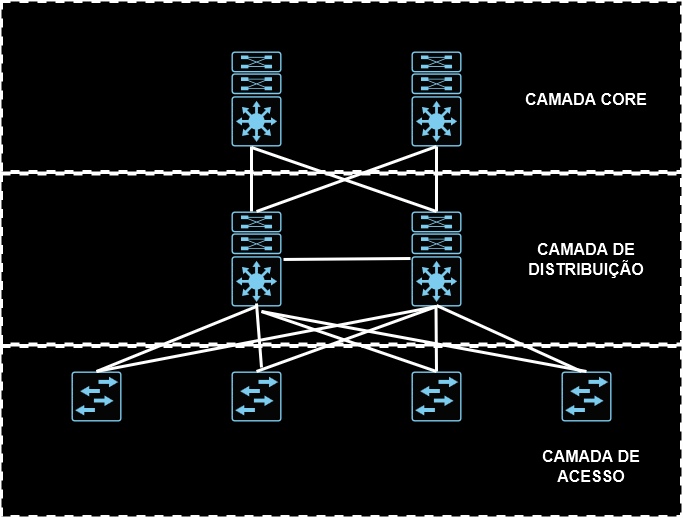
Above: CCNP 350-401 ENCOR/01 - Architecture/03 - Modelo Hierárquico/01 - Modelo Hierárquico em três Camadas/Imagens/design.png in alcancil/Cisco (draw.io), before the change. Source tidied: cells renumbered, new cells last; positions are measured from the earlier drawing's top-left corner, leaving out a move shared by most shapes. Its diagram source:
```xml
<mxGraphModel>
  <root>
    <mxCell id="0" />
    <mxCell id="1" parent="0" />
    <mxCell id="2" style="rounded=0;whiteSpace=wrap;html=1;dashed=1;strokeWidth=3;" parent="1" vertex="1">
      <mxGeometry y="345" width="680" height="170" as="geometry" />
    </mxCell>
    <mxCell id="3" style="rounded=0;whiteSpace=wrap;html=1;dashed=1;strokeWidth=3;" parent="1" vertex="1">
      <mxGeometry y="172.5" width="680" height="170" as="geometry" />
    </mxCell>
    <mxCell id="4" style="rounded=0;whiteSpace=wrap;html=1;dashed=1;strokeWidth=3;" parent="1" vertex="1">
      <mxGeometry width="680" height="170" as="geometry" />
    </mxCell>
    <mxCell id="5" style="sketch=0;points=[[0.015,0.015,0],[0.985,0.015,0],[0.985,0.985,0],[0.015,0.985,0],[0.25,0,0],[0.5,0,0],[0.75,0,0],[1,0.25,0],[1,0.5,0],[1,0.75,0],[0.75,1,0],[0.5,1,0],[0.25,1,0],[0,0.75,0],[0,0.5,0],[0,0.25,0]];verticalLabelPosition=bottom;html=1;verticalAlign=top;align=center;shape=mxgraph.cisco19.rect;prIcon=l3_switch_with_dual_supervisor;fillColor=#FAFAFA;strokeColor=#005073;" parent="1" vertex="1">
      <mxGeometry x="410" y="50" width="50" height="95" as="geometry" />
    </mxCell>
    <mxCell id="6" style="sketch=0;verticalLabelPosition=bottom;html=1;verticalAlign=top;align=center;shape=mxgraph.cisco19.rect;prIcon=l3_switch_with_dual_supervisor;fillColor=#FAFAFA;strokeColor=#005073;" parent="1" vertex="1">
      <mxGeometry x="230" y="50" width="50" height="95" as="geometry" />
    </mxCell>
    <mxCell id="7" style="sketch=0;points=[[0.015,0.015,0],[0.985,0.015,0],[0.985,0.985,0],[0.015,0.985,0],[0.25,0,0],[0.5,0,0],[0.75,0,0],[1,0.25,0],[1,0.5,0],[1,0.75,0],[0.75,1,0],[0.5,1,0],[0.25,1,0],[0,0.75,0],[0,0.5,0],[0,0.25,0]];verticalLabelPosition=bottom;html=1;verticalAlign=top;align=center;shape=mxgraph.cisco19.rect;prIcon=l3_switch_with_dual_supervisor;fillColor=#FAFAFA;strokeColor=#005073;" parent="1" vertex="1">
      <mxGeometry x="410" y="210" width="50" height="95" as="geometry" />
    </mxCell>
    <mxCell id="8" style="sketch=0;points=[[0.015,0.015,0],[0.985,0.015,0],[0.985,0.985,0],[0.015,0.985,0],[0.25,0,0],[0.5,0,0],[0.75,0,0],[1,0.25,0],[1,0.5,0],[1,0.75,0],[0.75,1,0],[0.5,1,0],[0.25,1,0],[0,0.75,0],[0,0.5,0],[0,0.25,0]];verticalLabelPosition=bottom;html=1;verticalAlign=top;align=center;shape=mxgraph.cisco19.rect;prIcon=l3_switch_with_dual_supervisor;fillColor=#FAFAFA;strokeColor=#005073;" parent="1" vertex="1">
      <mxGeometry x="230" y="210" width="50" height="95" as="geometry" />
    </mxCell>
    <mxCell id="9" style="sketch=0;points=[[0.015,0.015,0],[0.985,0.015,0],[0.985,0.985,0],[0.015,0.985,0],[0.25,0,0],[0.5,0,0],[0.75,0,0],[1,0.25,0],[1,0.5,0],[1,0.75,0],[0.75,1,0],[0.5,1,0],[0.25,1,0],[0,0.75,0],[0,0.5,0],[0,0.25,0]];verticalLabelPosition=bottom;html=1;verticalAlign=top;align=center;shape=mxgraph.cisco19.rect;prIcon=l2_switch;fillColor=#FAFAFA;strokeColor=#005073;" parent="1" vertex="1">
      <mxGeometry x="70" y="370" width="50" height="50" as="geometry" />
    </mxCell>
    <mxCell id="10" style="sketch=0;points=[[0.015,0.015,0],[0.985,0.015,0],[0.985,0.985,0],[0.015,0.985,0],[0.25,0,0],[0.5,0,0],[0.75,0,0],[1,0.25,0],[1,0.5,0],[1,0.75,0],[0.75,1,0],[0.5,1,0],[0.25,1,0],[0,0.75,0],[0,0.5,0],[0,0.25,0]];verticalLabelPosition=bottom;html=1;verticalAlign=top;align=center;shape=mxgraph.cisco19.rect;prIcon=l2_switch;fillColor=#FAFAFA;strokeColor=#005073;" parent="1" vertex="1">
      <mxGeometry x="230" y="370" width="50" height="50" as="geometry" />
    </mxCell>
    <mxCell id="11" style="sketch=0;points=[[0.015,0.015,0],[0.985,0.015,0],[0.985,0.985,0],[0.015,0.985,0],[0.25,0,0],[0.5,0,0],[0.75,0,0],[1,0.25,0],[1,0.5,0],[1,0.75,0],[0.75,1,0],[0.5,1,0],[0.25,1,0],[0,0.75,0],[0,0.5,0],[0,0.25,0]];verticalLabelPosition=bottom;html=1;verticalAlign=top;align=center;shape=mxgraph.cisco19.rect;prIcon=l2_switch;fillColor=#FAFAFA;strokeColor=#005073;" parent="1" vertex="1">
      <mxGeometry x="410" y="370" width="50" height="50" as="geometry" />
    </mxCell>
    <mxCell id="12" style="sketch=0;points=[[0.015,0.015,0],[0.985,0.015,0],[0.985,0.985,0],[0.015,0.985,0],[0.25,0,0],[0.5,0,0],[0.75,0,0],[1,0.25,0],[1,0.5,0],[1,0.75,0],[0.75,1,0],[0.5,1,0],[0.25,1,0],[0,0.75,0],[0,0.5,0],[0,0.25,0]];verticalLabelPosition=bottom;html=1;verticalAlign=top;align=center;shape=mxgraph.cisco19.rect;prIcon=l2_switch;fillColor=#FAFAFA;strokeColor=#005073;" parent="1" vertex="1">
      <mxGeometry x="560" y="370" width="50" height="50" as="geometry" />
    </mxCell>
    <mxCell id="13" style="endArrow=none;html=1;rounded=0;strokeWidth=3;entryX=-0.06;entryY=0.411;entryDx=0;entryDy=0;entryPerimeter=0;" parent="1" edge="1">
      <mxGeometry relative="1" as="geometry">
        <mxPoint x="282" y="258" as="sourcePoint" />
        <mxPoint x="409" y="257" as="targetPoint" />
      </mxGeometry>
    </mxCell>
    <mxCell id="14" style="endArrow=none;html=1;rounded=0;strokeWidth=3;entryX=0.5;entryY=0;entryDx=0;entryDy=0;entryPerimeter=0;" parent="1" edge="1" target="7">
      <mxGeometry relative="1" as="geometry">
        <mxPoint x="250" y="146" as="sourcePoint" />
      </mxGeometry>
    </mxCell>
    <mxCell id="15" style="endArrow=none;html=1;rounded=0;strokeWidth=3;entryX=0.5;entryY=0;entryDx=0;entryDy=0;entryPerimeter=0;exitX=0.5;exitY=1;exitDx=0;exitDy=0;exitPerimeter=0;" parent="1" edge="1" source="5" target="7">
      <mxGeometry relative="1" as="geometry" />
    </mxCell>
    <mxCell id="16" style="endArrow=none;html=1;rounded=0;strokeWidth=3;entryX=0.5;entryY=0;entryDx=0;entryDy=0;entryPerimeter=0;exitX=0.5;exitY=1;exitDx=0;exitDy=0;exitPerimeter=0;" parent="1" edge="1">
      <mxGeometry relative="1" as="geometry">
        <mxPoint x="250" y="145" as="sourcePoint" />
        <mxPoint x="250" y="210" as="targetPoint" />
      </mxGeometry>
    </mxCell>
    <mxCell id="17" style="endArrow=none;html=1;rounded=0;strokeWidth=3;entryX=0.5;entryY=0;entryDx=0;entryDy=0;entryPerimeter=0;exitX=0.5;exitY=1;exitDx=0;exitDy=0;exitPerimeter=0;" parent="1" edge="1" source="5" target="8">
      <mxGeometry relative="1" as="geometry" />
    </mxCell>
    <mxCell id="18" style="endArrow=none;html=1;rounded=0;strokeWidth=3;exitX=0.5;exitY=1;exitDx=0;exitDy=0;exitPerimeter=0;entryX=0.5;entryY=0;entryDx=0;entryDy=0;entryPerimeter=0;" parent="1" edge="1" source="8" target="9">
      <mxGeometry relative="1" as="geometry" />
    </mxCell>
    <mxCell id="19" style="endArrow=none;html=1;rounded=0;strokeWidth=3;exitX=0.5;exitY=1;exitDx=0;exitDy=0;exitPerimeter=0;entryX=0.5;entryY=0;entryDx=0;entryDy=0;entryPerimeter=0;" parent="1" edge="1" source="7" target="9">
      <mxGeometry relative="1" as="geometry" />
    </mxCell>
    <mxCell id="20" style="endArrow=none;html=1;rounded=0;strokeWidth=3;entryX=0.5;entryY=0;entryDx=0;entryDy=0;entryPerimeter=0;exitX=0.5;exitY=1;exitDx=0;exitDy=0;exitPerimeter=0;" parent="1" edge="1" source="7" target="10">
      <mxGeometry relative="1" as="geometry" />
    </mxCell>
    <mxCell id="21" style="endArrow=none;html=1;rounded=0;strokeWidth=3;entryX=0.6;entryY=-0.12;entryDx=0;entryDy=0;entryPerimeter=0;exitX=0.5;exitY=0.947;exitDx=0;exitDy=0;exitPerimeter=0;" parent="1" edge="1">
      <mxGeometry relative="1" as="geometry">
        <mxPoint x="255" y="302" as="sourcePoint" />
        <mxPoint x="260" y="366" as="targetPoint" />
      </mxGeometry>
    </mxCell>
    <mxCell id="22" style="endArrow=none;html=1;rounded=0;strokeWidth=3;exitX=0.5;exitY=0.947;exitDx=0;exitDy=0;exitPerimeter=0;entryX=0.5;entryY=0;entryDx=0;entryDy=0;entryPerimeter=0;" parent="1" edge="1" target="11">
      <mxGeometry relative="1" as="geometry">
        <mxPoint x="434.5" y="305" as="sourcePoint" />
      </mxGeometry>
    </mxCell>
    <mxCell id="23" style="endArrow=none;html=1;rounded=0;strokeWidth=3;exitX=0.6;exitY=0.947;exitDx=0;exitDy=0;exitPerimeter=0;" parent="1" edge="1">
      <mxGeometry relative="1" as="geometry">
        <mxPoint x="435" y="304" as="sourcePoint" />
        <mxPoint x="580" y="370" as="targetPoint" />
      </mxGeometry>
    </mxCell>
    <mxCell id="24" style="endArrow=none;html=1;rounded=0;strokeWidth=3;entryX=0.5;entryY=0;entryDx=0;entryDy=0;entryPerimeter=0;" parent="1" edge="1" target="12">
      <mxGeometry relative="1" as="geometry">
        <mxPoint x="260" y="310" as="sourcePoint" />
      </mxGeometry>
    </mxCell>
    <mxCell id="25" style="endArrow=none;html=1;rounded=0;strokeWidth=3;entryX=0.5;entryY=0;entryDx=0;entryDy=0;entryPerimeter=0;" parent="1" edge="1" target="11">
      <mxGeometry relative="1" as="geometry">
        <mxPoint x="260" y="310" as="sourcePoint" />
      </mxGeometry>
    </mxCell>
    <mxCell id="26" value="CAMADA CORE" style="text;html=1;strokeColor=none;fillColor=none;align=center;verticalAlign=middle;whiteSpace=wrap;rounded=0;fontSize=16;fontStyle=1;" parent="1" vertex="1">
      <mxGeometry x="500" y="82.5" width="170" height="30" as="geometry" />
    </mxCell>
    <mxCell id="27" value="CAMADA DE DISTRIBUIÇÃO" style="text;html=1;strokeColor=none;fillColor=none;align=center;verticalAlign=middle;whiteSpace=wrap;rounded=0;fontSize=16;fontStyle=1;" parent="1" vertex="1">
      <mxGeometry x="490" y="242.5" width="190" height="30" as="geometry" />
    </mxCell>
    <mxCell id="28" value="CAMADA DE ACESSO" style="text;html=1;strokeColor=none;fillColor=none;align=center;verticalAlign=middle;whiteSpace=wrap;rounded=0;fontSize=16;fontStyle=1;" parent="1" vertex="1">
      <mxGeometry x="510" y="450" width="160" height="30" as="geometry" />
    </mxCell>
  </root>
</mxGraphModel>
```
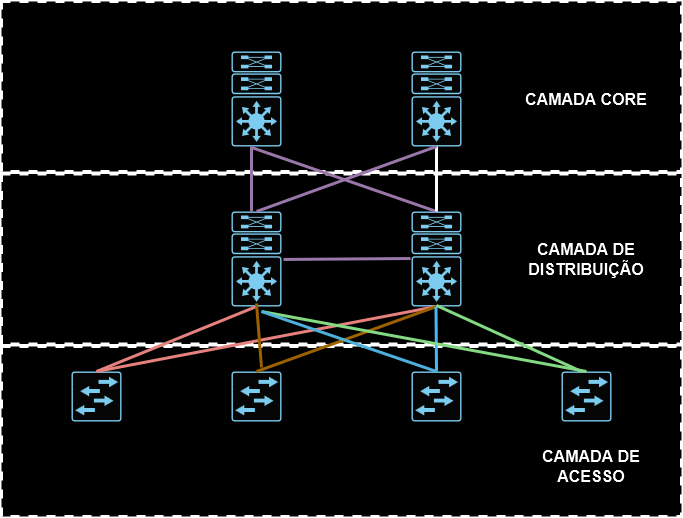
The same diagram one commit later.

Commit message:
Adicionado a pasta 03 - Modelo Hierarquico em 01 - Architecture

Diff of the diagram source:
```diff
@@ -35,13 +35,13 @@
     <mxCell id="12" style="sketch=0;points=[[0.015,0.015,0],[0.985,0.015,0],[0.985,0.985,0],[0.015,0.985,0],[0.25,0,0],[0.5,0,0],[0.75,0,0],[1,0.25,0],[1,0.5,0],[1,0.75,0],[0.75,1,0],[0.5,1,0],[0.25,1,0],[0,0.75,0],[0,0.5,0],[0,0.25,0]];verticalLabelPosition=bottom;html=1;verticalAlign=top;align=center;shape=mxgraph.cisco19.rect;prIcon=l2_switch;fillColor=#FAFAFA;strokeColor=#005073;" parent="1" vertex="1">
       <mxGeometry x="560" y="370" width="50" height="50" as="geometry" />
     </mxCell>
-    <mxCell id="13" style="endArrow=none;html=1;rounded=0;strokeWidth=3;entryX=-0.06;entryY=0.411;entryDx=0;entryDy=0;entryPerimeter=0;" parent="1" edge="1">
+    <mxCell id="13" style="endArrow=none;html=1;rounded=0;strokeWidth=3;entryX=-0.06;entryY=0.411;entryDx=0;entryDy=0;entryPerimeter=0;fillColor=#e1d5e7;strokeColor=#9673a6;" parent="1" edge="1">
       <mxGeometry relative="1" as="geometry">
         <mxPoint x="282" y="258" as="sourcePoint" />
         <mxPoint x="409" y="257" as="targetPoint" />
       </mxGeometry>
     </mxCell>
-    <mxCell id="14" style="endArrow=none;html=1;rounded=0;strokeWidth=3;entryX=0.5;entryY=0;entryDx=0;entryDy=0;entryPerimeter=0;" parent="1" edge="1" target="7">
+    <mxCell id="14" style="endArrow=none;html=1;rounded=0;strokeWidth=3;entryX=0.5;entryY=0;entryDx=0;entryDy=0;entryPerimeter=0;fillColor=#e1d5e7;strokeColor=#9673a6;" parent="1" edge="1" target="7">
       <mxGeometry relative="1" as="geometry">
         <mxPoint x="250" y="146" as="sourcePoint" />
       </mxGeometry>
@@ -49,47 +49,47 @@
     <mxCell id="15" style="endArrow=none;html=1;rounded=0;strokeWidth=3;entryX=0.5;entryY=0;entryDx=0;entryDy=0;entryPerimeter=0;exitX=0.5;exitY=1;exitDx=0;exitDy=0;exitPerimeter=0;" parent="1" edge="1" source="5" target="7">
       <mxGeometry relative="1" as="geometry" />
     </mxCell>
-    <mxCell id="16" style="endArrow=none;html=1;rounded=0;strokeWidth=3;entryX=0.5;entryY=0;entryDx=0;entryDy=0;entryPerimeter=0;exitX=0.5;exitY=1;exitDx=0;exitDy=0;exitPerimeter=0;" parent="1" edge="1">
+    <mxCell id="16" style="endArrow=none;html=1;rounded=0;strokeWidth=3;entryX=0.5;entryY=0;entryDx=0;entryDy=0;entryPerimeter=0;exitX=0.5;exitY=1;exitDx=0;exitDy=0;exitPerimeter=0;fillColor=#e1d5e7;strokeColor=#9673a6;" parent="1" edge="1">
       <mxGeometry relative="1" as="geometry">
         <mxPoint x="250" y="145" as="sourcePoint" />
         <mxPoint x="250" y="210" as="targetPoint" />
       </mxGeometry>
     </mxCell>
-    <mxCell id="17" style="endArrow=none;html=1;rounded=0;strokeWidth=3;entryX=0.5;entryY=0;entryDx=0;entryDy=0;entryPerimeter=0;exitX=0.5;exitY=1;exitDx=0;exitDy=0;exitPerimeter=0;" parent="1" edge="1" source="5" target="8">
+    <mxCell id="17" style="endArrow=none;html=1;rounded=0;strokeWidth=3;entryX=0.5;entryY=0;entryDx=0;entryDy=0;entryPerimeter=0;exitX=0.5;exitY=1;exitDx=0;exitDy=0;exitPerimeter=0;fillColor=#e1d5e7;strokeColor=#9673a6;" parent="1" edge="1" source="5" target="8">
       <mxGeometry relative="1" as="geometry" />
     </mxCell>
-    <mxCell id="18" style="endArrow=none;html=1;rounded=0;strokeWidth=3;exitX=0.5;exitY=1;exitDx=0;exitDy=0;exitPerimeter=0;entryX=0.5;entryY=0;entryDx=0;entryDy=0;entryPerimeter=0;" parent="1" edge="1" source="8" target="9">
+    <mxCell id="18" style="endArrow=none;html=1;rounded=0;strokeWidth=3;exitX=0.5;exitY=1;exitDx=0;exitDy=0;exitPerimeter=0;entryX=0.5;entryY=0;entryDx=0;entryDy=0;entryPerimeter=0;fillColor=#f8cecc;strokeColor=#b85450;" parent="1" edge="1" source="8" target="9">
       <mxGeometry relative="1" as="geometry" />
     </mxCell>
-    <mxCell id="19" style="endArrow=none;html=1;rounded=0;strokeWidth=3;exitX=0.5;exitY=1;exitDx=0;exitDy=0;exitPerimeter=0;entryX=0.5;entryY=0;entryDx=0;entryDy=0;entryPerimeter=0;" parent="1" edge="1" source="7" target="9">
+    <mxCell id="19" style="endArrow=none;html=1;rounded=0;strokeWidth=3;exitX=0.5;exitY=1;exitDx=0;exitDy=0;exitPerimeter=0;entryX=0.5;entryY=0;entryDx=0;entryDy=0;entryPerimeter=0;fillColor=#f8cecc;strokeColor=#b85450;" parent="1" edge="1" source="7" target="9">
       <mxGeometry relative="1" as="geometry" />
     </mxCell>
-    <mxCell id="20" style="endArrow=none;html=1;rounded=0;strokeWidth=3;entryX=0.5;entryY=0;entryDx=0;entryDy=0;entryPerimeter=0;exitX=0.5;exitY=1;exitDx=0;exitDy=0;exitPerimeter=0;" parent="1" edge="1" source="7" target="10">
+    <mxCell id="20" style="endArrow=none;html=1;rounded=0;strokeWidth=3;entryX=0.5;entryY=0;entryDx=0;entryDy=0;entryPerimeter=0;exitX=0.5;exitY=1;exitDx=0;exitDy=0;exitPerimeter=0;fillColor=#ffe6cc;strokeColor=#d79b00;" parent="1" edge="1" source="7" target="10">
       <mxGeometry relative="1" as="geometry" />
     </mxCell>
-    <mxCell id="21" style="endArrow=none;html=1;rounded=0;strokeWidth=3;entryX=0.6;entryY=-0.12;entryDx=0;entryDy=0;entryPerimeter=0;exitX=0.5;exitY=0.947;exitDx=0;exitDy=0;exitPerimeter=0;" parent="1" edge="1">
+    <mxCell id="21" style="endArrow=none;html=1;rounded=0;strokeWidth=3;entryX=0.6;entryY=-0.12;entryDx=0;entryDy=0;entryPerimeter=0;exitX=0.5;exitY=0.947;exitDx=0;exitDy=0;exitPerimeter=0;fillColor=#ffe6cc;strokeColor=#d79b00;" parent="1" edge="1">
       <mxGeometry relative="1" as="geometry">
         <mxPoint x="255" y="302" as="sourcePoint" />
         <mxPoint x="260" y="366" as="targetPoint" />
       </mxGeometry>
     </mxCell>
-    <mxCell id="22" style="endArrow=none;html=1;rounded=0;strokeWidth=3;exitX=0.5;exitY=0.947;exitDx=0;exitDy=0;exitPerimeter=0;entryX=0.5;entryY=0;entryDx=0;entryDy=0;entryPerimeter=0;" parent="1" edge="1" target="11">
+    <mxCell id="22" style="endArrow=none;html=1;rounded=0;strokeWidth=3;exitX=0.5;exitY=0.947;exitDx=0;exitDy=0;exitPerimeter=0;entryX=0.5;entryY=0;entryDx=0;entryDy=0;entryPerimeter=0;fillColor=#1ba1e2;strokeColor=#006EAF;" parent="1" edge="1" target="11">
       <mxGeometry relative="1" as="geometry">
         <mxPoint x="434.5" y="305" as="sourcePoint" />
       </mxGeometry>
     </mxCell>
-    <mxCell id="23" style="endArrow=none;html=1;rounded=0;strokeWidth=3;exitX=0.6;exitY=0.947;exitDx=0;exitDy=0;exitPerimeter=0;" parent="1" edge="1">
+    <mxCell id="23" style="endArrow=none;html=1;rounded=0;strokeWidth=3;exitX=0.6;exitY=0.947;exitDx=0;exitDy=0;exitPerimeter=0;fillColor=#008a00;strokeColor=#005700;" parent="1" edge="1">
       <mxGeometry relative="1" as="geometry">
         <mxPoint x="435" y="304" as="sourcePoint" />
         <mxPoint x="580" y="370" as="targetPoint" />
       </mxGeometry>
     </mxCell>
-    <mxCell id="24" style="endArrow=none;html=1;rounded=0;strokeWidth=3;entryX=0.5;entryY=0;entryDx=0;entryDy=0;entryPerimeter=0;" parent="1" edge="1" target="12">
+    <mxCell id="24" style="endArrow=none;html=1;rounded=0;strokeWidth=3;entryX=0.5;entryY=0;entryDx=0;entryDy=0;entryPerimeter=0;fillColor=#008a00;strokeColor=#005700;" parent="1" edge="1" target="12">
       <mxGeometry relative="1" as="geometry">
         <mxPoint x="260" y="310" as="sourcePoint" />
       </mxGeometry>
     </mxCell>
-    <mxCell id="25" style="endArrow=none;html=1;rounded=0;strokeWidth=3;entryX=0.5;entryY=0;entryDx=0;entryDy=0;entryPerimeter=0;" parent="1" edge="1" target="11">
+    <mxCell id="25" style="endArrow=none;html=1;rounded=0;strokeWidth=3;entryX=0.5;entryY=0;entryDx=0;entryDy=0;entryPerimeter=0;fillColor=#b1ddf0;strokeColor=#10739e;" parent="1" edge="1" target="11">
       <mxGeometry relative="1" as="geometry">
         <mxPoint x="260" y="310" as="sourcePoint" />
       </mxGeometry>
```
